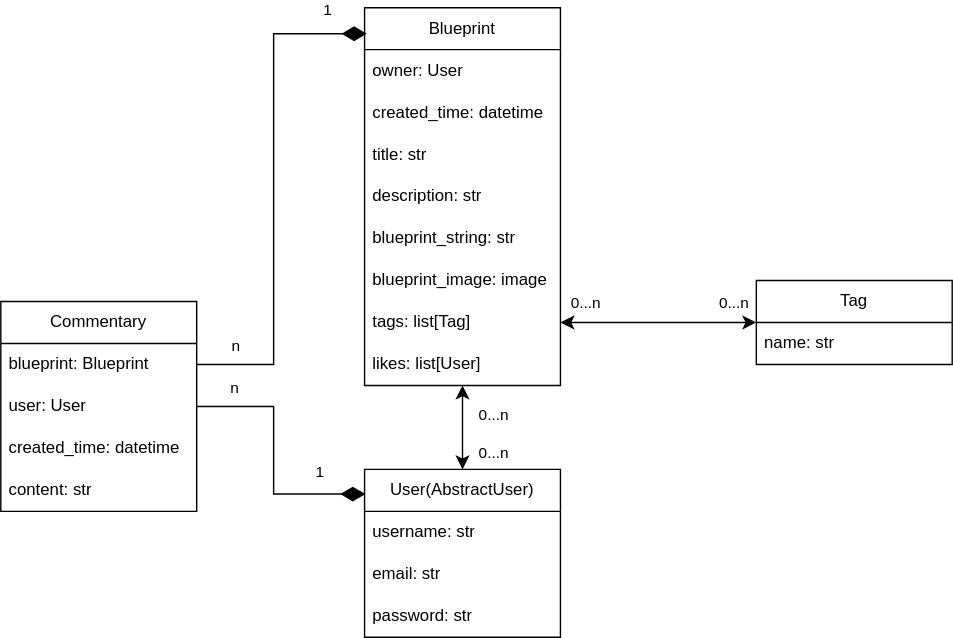
Before: bp_manager_diagram.svg, a diagram exported from draw.io (OttoLindholm/factorio-blueprint-library). Source tidied: cells renumbered, new cells last; positions are measured from the earlier drawing's top-left corner, leaving out a move shared by most shapes. The source it was exported from:
```xml
<mxGraphModel background="#ffffff">
  <root>
    <mxCell id="0" />
    <mxCell id="1" parent="0" />
    <mxCell id="2" value="User(AbstractUser)" style="swimlane;fontStyle=0;horizontal=1;startSize=30;whiteSpace=wrap;html=1;" parent="1" vertex="1">
      <mxGeometry x="260" y="330" width="140" height="120" as="geometry" />
    </mxCell>
    <mxCell id="3" value="username: str" style="text;strokeColor=none;fillColor=none;align=left;verticalAlign=middle;spacingLeft=4;spacingRight=4;overflow=hidden;whiteSpace=wrap;html=1;" parent="2" vertex="1">
      <mxGeometry y="30" width="140" height="30" as="geometry" />
    </mxCell>
    <mxCell id="4" value="email: str" style="text;strokeColor=none;fillColor=none;align=left;verticalAlign=middle;spacingLeft=4;spacingRight=4;overflow=hidden;whiteSpace=wrap;html=1;" parent="2" vertex="1">
      <mxGeometry y="60" width="140" height="30" as="geometry" />
    </mxCell>
    <mxCell id="5" value="password: str" style="text;strokeColor=none;fillColor=none;align=left;verticalAlign=middle;spacingLeft=4;spacingRight=4;overflow=hidden;whiteSpace=wrap;html=1;" parent="2" vertex="1">
      <mxGeometry y="90" width="140" height="30" as="geometry" />
    </mxCell>
    <mxCell id="6" style="edgeStyle=orthogonalEdgeStyle;rounded=0;jettySize=auto;html=1;entryX=0.5;entryY=0;entryDx=0;entryDy=0;endArrow=classic;endFill=1;strokeWidth=1;endSize=7;startSize=7;startArrow=classic;startFill=1;" parent="1" edge="1" source="9" target="2">
      <mxGeometry relative="1" as="geometry" />
    </mxCell>
    <mxCell id="7" value="0...n" style="edgeLabel;html=1;align=left;verticalAlign=middle;labelPosition=left;verticalLabelPosition=middle;spacingLeft=0;" parent="6" vertex="1">
      <mxGeometry x="-0.58" relative="1" as="geometry">
        <mxPoint x="10" y="7" as="offset" />
      </mxGeometry>
    </mxCell>
    <mxCell id="8" value="0...n" style="edgeLabel;html=1;align=left;verticalAlign=middle;labelPosition=left;verticalLabelPosition=middle;" parent="6" vertex="1">
      <mxGeometry x="0.55" y="-1" relative="1" as="geometry">
        <mxPoint x="11" as="offset" />
      </mxGeometry>
    </mxCell>
    <mxCell id="9" value="Blueprint" style="swimlane;fontStyle=0;horizontal=1;startSize=30;whiteSpace=wrap;html=1;" parent="1" vertex="1">
      <mxGeometry x="260" width="140" height="270" as="geometry" />
    </mxCell>
    <mxCell id="10" value="owner: User" style="text;strokeColor=none;fillColor=none;align=left;verticalAlign=middle;spacingLeft=4;spacingRight=4;overflow=hidden;whiteSpace=wrap;html=1;" parent="9" vertex="1">
      <mxGeometry y="30" width="140" height="30" as="geometry" />
    </mxCell>
    <mxCell id="11" value="created_time: datetime" style="text;strokeColor=none;fillColor=none;align=left;verticalAlign=middle;spacingLeft=4;spacingRight=4;overflow=hidden;whiteSpace=wrap;html=1;" parent="9" vertex="1">
      <mxGeometry y="60" width="140" height="30" as="geometry" />
    </mxCell>
    <mxCell id="12" value="title: str" style="text;strokeColor=none;fillColor=none;align=left;verticalAlign=middle;spacingLeft=4;spacingRight=4;overflow=hidden;whiteSpace=wrap;html=1;" parent="9" vertex="1">
      <mxGeometry y="90" width="140" height="30" as="geometry" />
    </mxCell>
    <mxCell id="13" value="description: str" style="text;strokeColor=none;fillColor=none;align=left;verticalAlign=middle;spacingLeft=4;spacingRight=4;overflow=hidden;whiteSpace=wrap;html=1;" parent="9" vertex="1">
      <mxGeometry y="120" width="140" height="30" as="geometry" />
    </mxCell>
    <mxCell id="14" value="blueprint_string: str" style="text;strokeColor=none;fillColor=none;align=left;verticalAlign=middle;spacingLeft=4;spacingRight=4;overflow=hidden;whiteSpace=wrap;html=1;" parent="9" vertex="1">
      <mxGeometry y="150" width="140" height="30" as="geometry" />
    </mxCell>
    <mxCell id="15" value="blueprint_image: image" style="text;strokeColor=none;fillColor=none;align=left;verticalAlign=middle;spacingLeft=4;spacingRight=4;overflow=hidden;whiteSpace=wrap;html=1;" parent="9" vertex="1">
      <mxGeometry y="180" width="140" height="30" as="geometry" />
    </mxCell>
    <mxCell id="16" value="tags: list[Tag]" style="text;strokeColor=none;fillColor=none;align=left;verticalAlign=middle;spacingLeft=4;spacingRight=4;overflow=hidden;points=[[0,0.5],[1,0.5]];portConstraint=eastwest;whiteSpace=wrap;html=1;" parent="9" vertex="1">
      <mxGeometry y="210" width="140" height="30" as="geometry" />
    </mxCell>
    <mxCell id="17" value="likes: list[User]" style="text;strokeColor=none;fillColor=none;align=left;verticalAlign=middle;spacingLeft=4;spacingRight=4;overflow=hidden;whiteSpace=wrap;html=1;" parent="9" vertex="1">
      <mxGeometry y="240" width="140" height="30" as="geometry" />
    </mxCell>
    <mxCell id="18" value="Commentary" style="swimlane;fontStyle=0;horizontal=1;startSize=30;whiteSpace=wrap;html=1;" parent="1" vertex="1">
      <mxGeometry y="210" width="140" height="150" as="geometry" />
    </mxCell>
    <mxCell id="19" value="blueprint: Blueprint" style="text;strokeColor=none;fillColor=none;align=left;verticalAlign=middle;spacingLeft=4;spacingRight=4;overflow=hidden;points=[[0,0.5],[1,0.5]];portConstraint=eastwest;whiteSpace=wrap;html=1;" parent="18" vertex="1">
      <mxGeometry y="30" width="140" height="30" as="geometry" />
    </mxCell>
    <mxCell id="20" value="user: User" style="text;strokeColor=none;fillColor=none;align=left;verticalAlign=middle;spacingLeft=4;spacingRight=4;overflow=hidden;points=[[0,0.5],[1,0.5]];portConstraint=eastwest;whiteSpace=wrap;html=1;" parent="18" vertex="1">
      <mxGeometry y="60" width="140" height="30" as="geometry" />
    </mxCell>
    <mxCell id="21" value="created_time: datetime" style="text;strokeColor=none;fillColor=none;align=left;verticalAlign=middle;spacingLeft=4;spacingRight=4;overflow=hidden;whiteSpace=wrap;html=1;" parent="18" vertex="1">
      <mxGeometry y="90" width="140" height="30" as="geometry" />
    </mxCell>
    <mxCell id="22" value="content: str" style="text;strokeColor=none;fillColor=none;align=left;verticalAlign=middle;spacingLeft=4;spacingRight=4;overflow=hidden;whiteSpace=wrap;html=1;" parent="18" vertex="1">
      <mxGeometry y="120" width="140" height="30" as="geometry" />
    </mxCell>
    <mxCell id="23" value="Tag" style="swimlane;fontStyle=0;horizontal=1;startSize=30;whiteSpace=wrap;html=1;" parent="1" vertex="1">
      <mxGeometry x="540" y="195" width="140" height="60" as="geometry" />
    </mxCell>
    <mxCell id="24" value="name: str" style="text;strokeColor=none;fillColor=none;align=left;verticalAlign=middle;spacingLeft=4;spacingRight=4;overflow=hidden;whiteSpace=wrap;html=1;" parent="23" vertex="1">
      <mxGeometry y="30" width="140" height="30" as="geometry" />
    </mxCell>
    <mxCell id="25" style="edgeStyle=orthogonalEdgeStyle;rounded=0;jettySize=auto;html=1;exitX=1;exitY=0.5;exitDx=0;exitDy=0;entryX=0.011;entryY=0.069;entryDx=0;entryDy=0;entryPerimeter=0;endArrow=diamondThin;endFill=1;strokeColor=default;verticalAlign=bottom;labelPosition=left;verticalLabelPosition=top;align=right;strokeWidth=1;endSize=15;startSize=10;" parent="1" edge="1" source="19" target="9">
      <mxGeometry relative="1" as="geometry" />
    </mxCell>
    <mxCell id="26" value="1" style="edgeLabel;html=1;align=left;verticalAlign=bottom;labelPosition=right;verticalLabelPosition=top;" parent="25" vertex="1">
      <mxGeometry x="0.82" y="3" relative="1" as="geometry">
        <mxPoint y="-6" as="offset" />
      </mxGeometry>
    </mxCell>
    <mxCell id="27" value="n" style="edgeLabel;html=1;align=center;verticalAlign=bottom;labelPosition=left;verticalLabelPosition=top;" parent="25" vertex="1">
      <mxGeometry x="-0.85" y="-1" relative="1" as="geometry">
        <mxPoint y="-6" as="offset" />
      </mxGeometry>
    </mxCell>
    <mxCell id="28" style="edgeStyle=orthogonalEdgeStyle;rounded=0;jettySize=auto;html=1;entryX=0.004;entryY=0.147;entryDx=0;entryDy=0;entryPerimeter=0;endArrow=diamondThin;align=right;verticalAlign=bottom;endFill=1;strokeWidth=1;endSize=15;startSize=10;" parent="1" edge="1" source="20" target="2">
      <mxGeometry relative="1" as="geometry" />
    </mxCell>
    <mxCell id="29" value="1" style="edgeLabel;html=1;align=center;verticalAlign=bottom;labelPosition=center;verticalLabelPosition=top;" parent="28" vertex="1">
      <mxGeometry x="0.64" y="-2" relative="1" as="geometry">
        <mxPoint y="-10" as="offset" />
      </mxGeometry>
    </mxCell>
    <mxCell id="30" value="n" style="edgeLabel;html=1;align=center;verticalAlign=bottom;labelPosition=left;verticalLabelPosition=top;" parent="28" vertex="1">
      <mxGeometry x="-0.72" y="-2" relative="1" as="geometry">
        <mxPoint y="-7" as="offset" />
      </mxGeometry>
    </mxCell>
    <mxCell id="31" style="rounded=0;jettySize=auto;html=1;elbow=vertical;startArrow=classic;startFill=1;exitX=1;exitY=0.5;exitDx=0;exitDy=0;endSize=7;startSize=7;" parent="1" edge="1" source="16" target="23">
      <mxGeometry relative="1" as="geometry" />
    </mxCell>
    <mxCell id="32" value="0...n" style="edgeLabel;html=1;align=center;verticalAlign=middle;" parent="31" vertex="1">
      <mxGeometry x="-0.44" relative="1" as="geometry">
        <mxPoint x="-22" y="-15" as="offset" />
      </mxGeometry>
    </mxCell>
    <mxCell id="33" value="0...n" style="edgeLabel;html=1;align=center;verticalAlign=middle;" parent="31" vertex="1">
      <mxGeometry x="0.42" y="1" relative="1" as="geometry">
        <mxPoint x="24" y="-14" as="offset" />
      </mxGeometry>
    </mxCell>
  </root>
</mxGraphModel>
```
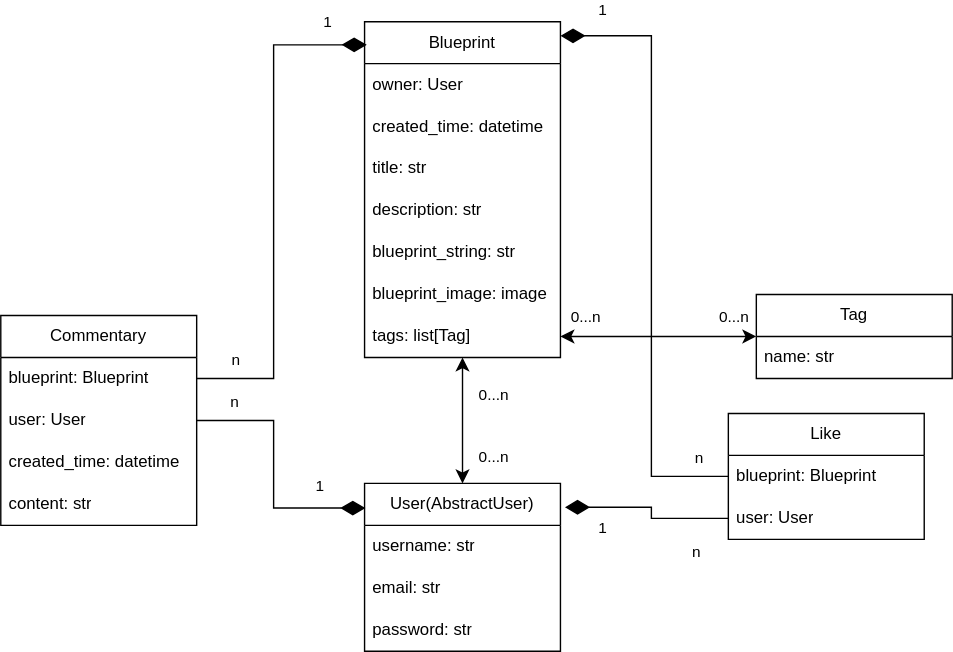
The same diagram one commit later.

Commit message:
Update models diagram

The edit, as a diff of the source:
```diff
@@ -28,7 +28,7 @@
       </mxGeometry>
     </mxCell>
     <mxCell id="9" value="Blueprint" style="swimlane;fontStyle=0;horizontal=1;startSize=30;whiteSpace=wrap;html=1;" parent="1" vertex="1">
-      <mxGeometry x="260" width="140" height="270" as="geometry" />
+      <mxGeometry x="260" width="140" height="240" as="geometry" />
     </mxCell>
     <mxCell id="10" value="owner: User" style="text;strokeColor=none;fillColor=none;align=left;verticalAlign=middle;spacingLeft=4;spacingRight=4;overflow=hidden;whiteSpace=wrap;html=1;" parent="9" vertex="1">
       <mxGeometry y="30" width="140" height="30" as="geometry" />
@@ -51,9 +51,6 @@
     <mxCell id="16" value="tags: list[Tag]" style="text;strokeColor=none;fillColor=none;align=left;verticalAlign=middle;spacingLeft=4;spacingRight=4;overflow=hidden;points=[[0,0.5],[1,0.5]];portConstraint=eastwest;whiteSpace=wrap;html=1;" parent="9" vertex="1">
       <mxGeometry y="210" width="140" height="30" as="geometry" />
     </mxCell>
-    <mxCell id="17" value="likes: list[User]" style="text;strokeColor=none;fillColor=none;align=left;verticalAlign=middle;spacingLeft=4;spacingRight=4;overflow=hidden;whiteSpace=wrap;html=1;" parent="9" vertex="1">
-      <mxGeometry y="240" width="140" height="30" as="geometry" />
-    </mxCell>
     <mxCell id="18" value="Commentary" style="swimlane;fontStyle=0;horizontal=1;startSize=30;whiteSpace=wrap;html=1;" parent="1" vertex="1">
       <mxGeometry y="210" width="140" height="150" as="geometry" />
     </mxCell>
@@ -114,5 +111,36 @@
         <mxPoint x="24" y="-14" as="offset" />
       </mxGeometry>
     </mxCell>
+    <mxCell id="34" value="Like" style="swimlane;fontStyle=0;horizontal=1;startSize=30;whiteSpace=wrap;html=1;" parent="1" vertex="1">
+      <mxGeometry x="520" y="280" width="140" height="90" as="geometry" />
+    </mxCell>
+    <mxCell id="35" value="blueprint: Blueprint" style="text;strokeColor=none;fillColor=none;align=left;verticalAlign=middle;spacingLeft=4;spacingRight=4;overflow=hidden;points=[[0,0.5],[1,0.5]];portConstraint=eastwest;whiteSpace=wrap;html=1;" parent="34" vertex="1">
+      <mxGeometry y="30" width="140" height="30" as="geometry" />
+    </mxCell>
+    <mxCell id="36" value="user: User" style="text;strokeColor=none;fillColor=none;align=left;verticalAlign=middle;spacingLeft=4;spacingRight=4;overflow=hidden;points=[[0,0.5],[1,0.5]];portConstraint=eastwest;whiteSpace=wrap;html=1;" parent="34" vertex="1">
+      <mxGeometry y="60" width="140" height="30" as="geometry" />
+    </mxCell>
+    <mxCell id="37" style="edgeStyle=orthogonalEdgeStyle;rounded=0;jettySize=auto;html=1;exitX=0;exitY=0.5;exitDx=0;exitDy=0;entryX=1.023;entryY=0.142;entryDx=0;entryDy=0;entryPerimeter=0;endArrow=diamondThin;align=right;verticalAlign=bottom;endFill=1;strokeWidth=1;endSize=15;startSize=10;" parent="1" edge="1" source="36" target="2">
+      <mxGeometry relative="1" as="geometry" />
+    </mxCell>
+    <mxCell id="38" style="edgeStyle=orthogonalEdgeStyle;rounded=0;jettySize=auto;html=1;exitX=0;exitY=0.5;exitDx=0;exitDy=0;entryX=1;entryY=0.042;entryDx=0;entryDy=0;entryPerimeter=0;endArrow=diamondThin;align=right;verticalAlign=bottom;endFill=1;strokeWidth=1;endSize=15;startSize=10;" parent="1" edge="1" source="35" target="9">
+      <mxGeometry relative="1" as="geometry" />
+    </mxCell>
+    <mxCell id="39" value="n" style="edgeLabel;html=1;align=center;verticalAlign=bottom;labelPosition=left;verticalLabelPosition=top;" parent="1" vertex="1">
+      <mxGeometry x="500" y="380" as="geometry">
+        <mxPoint x="-4" y="7" as="offset" />
+      </mxGeometry>
+    </mxCell>
+    <mxCell id="40" value="1" style="edgeLabel;html=1;align=center;verticalAlign=bottom;labelPosition=center;verticalLabelPosition=top;" parent="1" vertex="1">
+      <mxGeometry x="430" y="370" as="geometry" />
+    </mxCell>
+    <mxCell id="41" value="1" style="edgeLabel;html=1;align=center;verticalAlign=bottom;labelPosition=center;verticalLabelPosition=top;" parent="1" vertex="1">
+      <mxGeometry x="430" as="geometry" />
+    </mxCell>
+    <mxCell id="42" value="n" style="edgeLabel;html=1;align=center;verticalAlign=bottom;labelPosition=left;verticalLabelPosition=top;" parent="1" vertex="1">
+      <mxGeometry x="520" y="400" as="geometry">
+        <mxPoint x="-22" y="-80" as="offset" />
+      </mxGeometry>
+    </mxCell>
   </root>
 </mxGraphModel>
```
